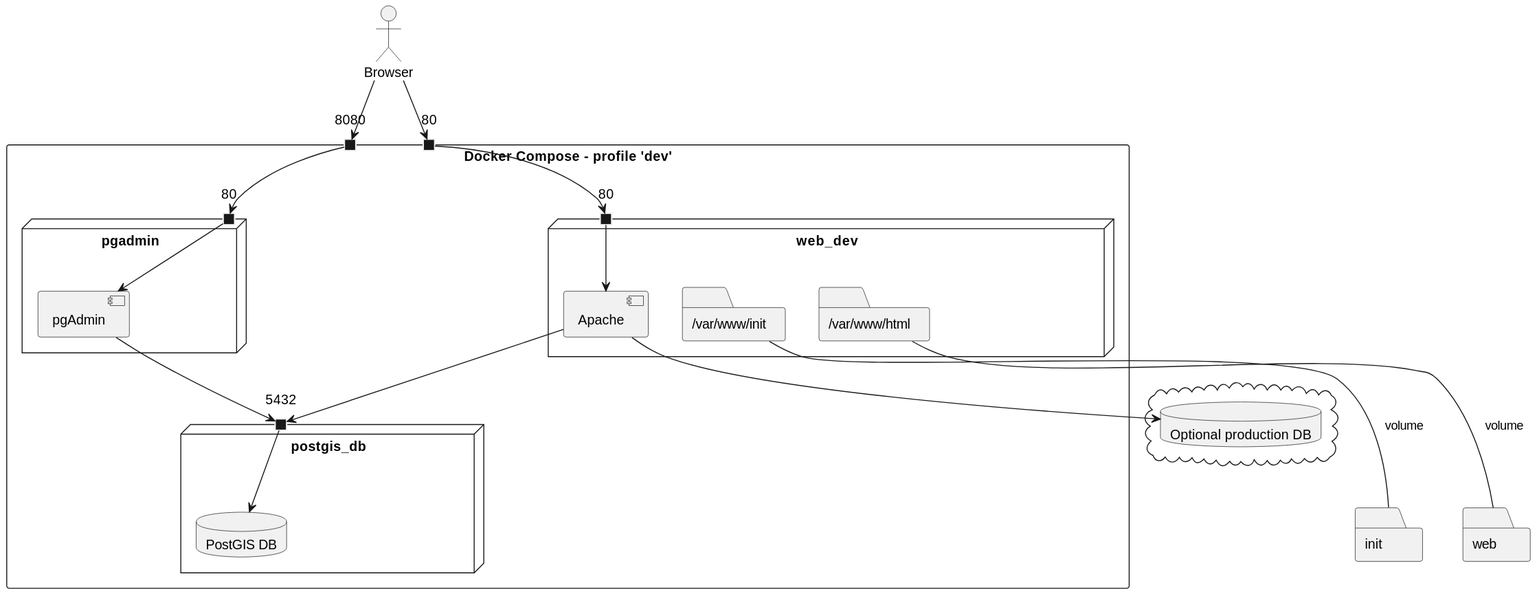
Earlier version of the PlantUML export images/dev_deployment.svg (Danysan1/osm-wikidata-map-framework).
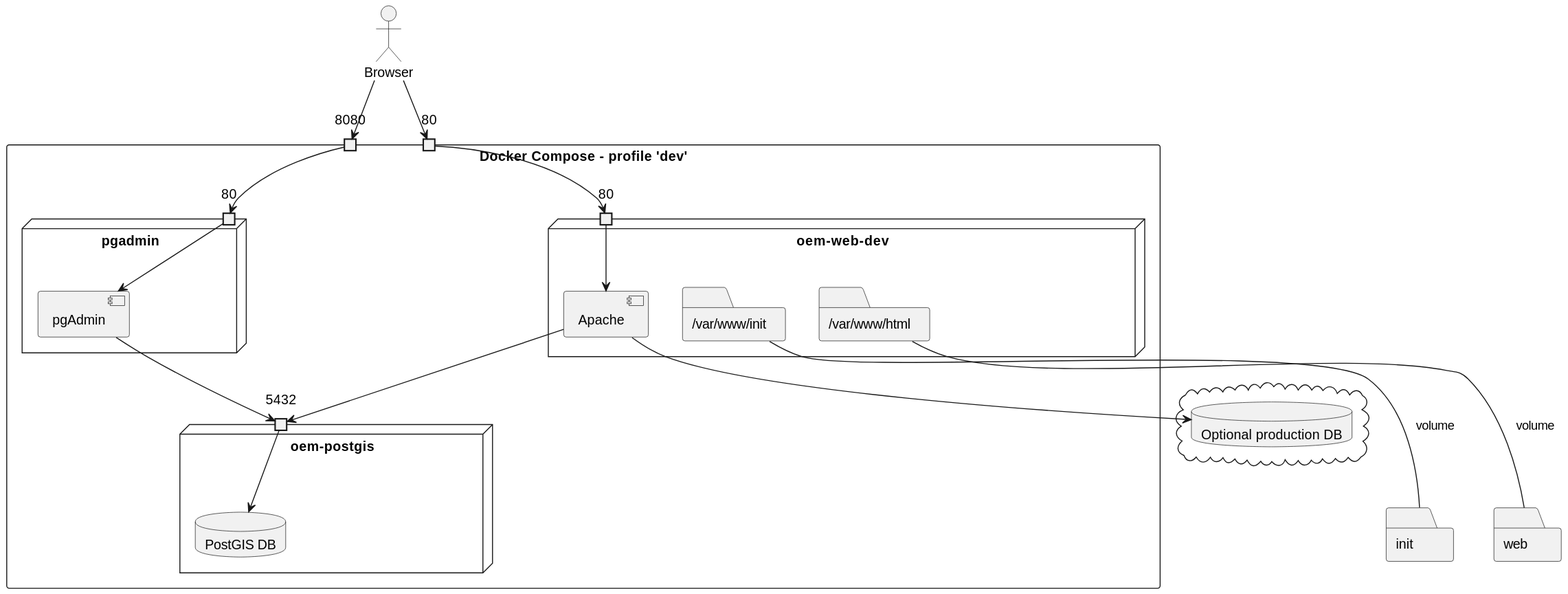
After the change.

Change to the diagram source:
```diff
@@ -4,7 +4,7 @@
 rectangle "Docker Compose - profile 'dev'" as docker {
   port "8080" as 8080docker
   port "80" as 80docker
-  node postgis_db {
+  node "oem-postgis" {
     port 5432 as 5432db
     database "PostGIS DB" as db
   }
@@ -12,7 +12,7 @@
     port "80" as 80pgAdmin
     component pgAdmin
   }
-  node web_dev {
+  node "oem-web-dev" {
     port "80" as 80webDev
     component Apache
     folder "/var/www/init" as initRem
```
